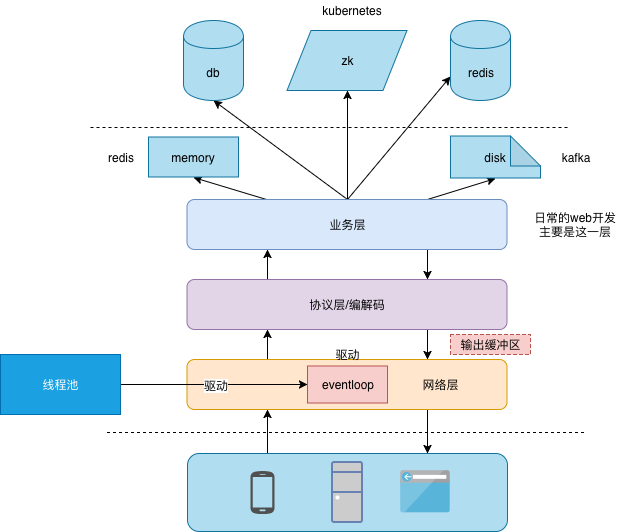
Before: public/upload/architecture/network_communication.png, a diagram exported from draw.io (qiankunli/qiankunli.github.io). Source tidied: cells renumbered, new cells last; positions are measured from the earlier drawing's top-left corner, leaving out a move shared by most shapes.
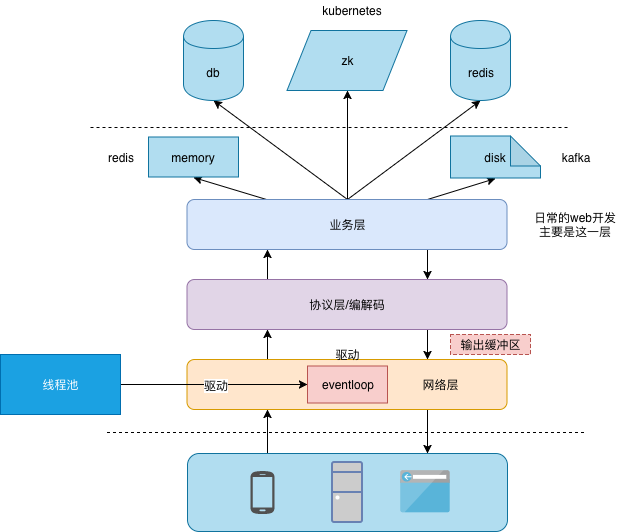
After the change.

What changed in the source:
```diff
@@ -35,7 +35,7 @@
     <mxCell id="12" style="edgeStyle=none;rounded=0;jettySize=auto;html=1;exitX=0.5;exitY=0;exitDx=0;exitDy=0;entryX=0.5;entryY=1;entryDx=0;entryDy=0;" parent="1" edge="1" source="16" target="18">
       <mxGeometry relative="1" as="geometry" />
     </mxCell>
-    <mxCell id="13" style="edgeStyle=none;rounded=0;jettySize=auto;html=1;exitX=0.5;exitY=0;exitDx=0;exitDy=0;entryX=0;entryY=0.7;entryDx=0;entryDy=0;" parent="1" edge="1" source="16" target="19">
+    <mxCell id="13" style="edgeStyle=none;rounded=0;jettySize=auto;html=1;exitX=0.5;exitY=0;exitDx=0;exitDy=0;entryX=0.5;entryY=1;entryDx=0;entryDy=0;" parent="1" edge="1" source="16" target="19">
       <mxGeometry relative="1" as="geometry" />
     </mxCell>
     <mxCell id="14" style="edgeStyle=none;rounded=0;jettySize=auto;html=1;exitX=0.75;exitY=0;exitDx=0;exitDy=0;entryX=0.5;entryY=1;entryDx=0;entryDy=0;entryPerimeter=0;" parent="1" edge="1" source="16" target="22">
```
